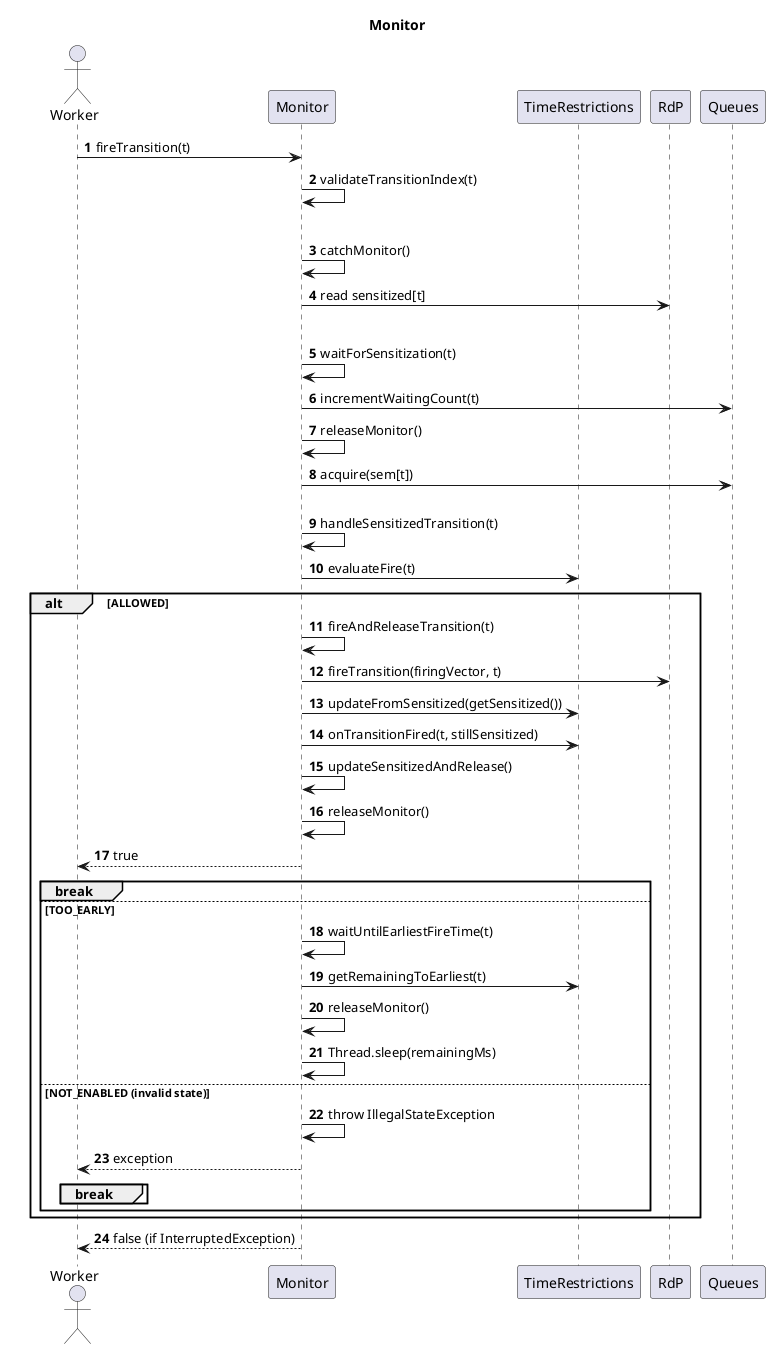
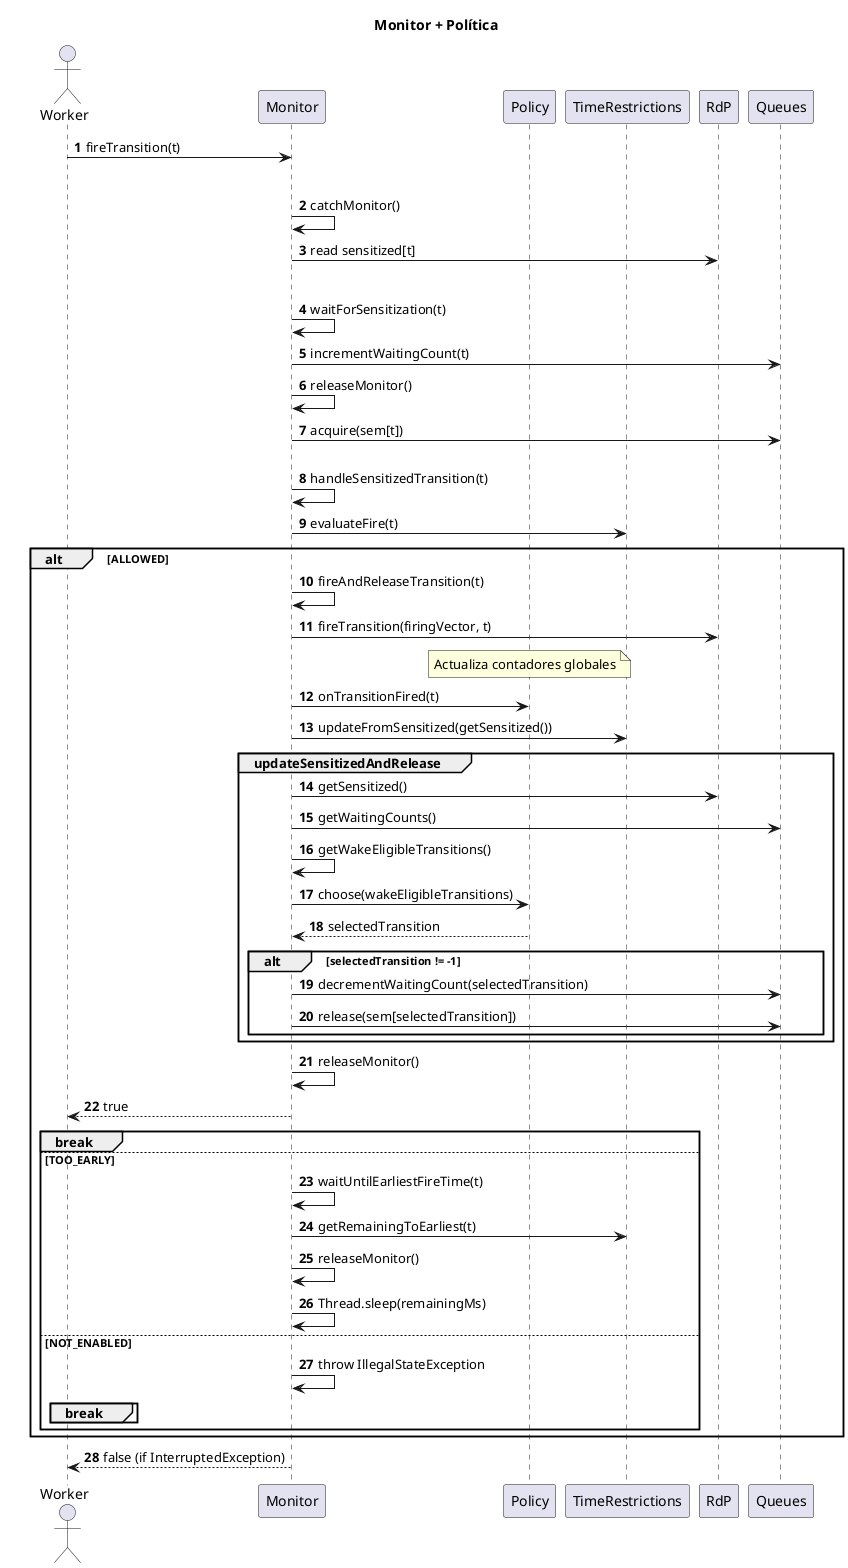
@startuml
- title Monitor
+ title Monitor + Política

autonumber

actor "Worker" as W
participant "Monitor" as M
+ participant "Policy" as Pol
participant "TimeRestrictions" as T
participant "RdP" as R
participant "Queues" as Q

W -> M : fireTransition(t)
- M -> M : validateTransitionIndex(t)

loop until fired or interrupted
  M -> M : catchMonitor()
  M -> R : read sensitized[t]

  alt not sensitized
    M -> M : waitForSensitization(t)
    M -> Q : incrementWaitingCount(t)
    M -> M : releaseMonitor()
    M -> Q : acquire(sem[t])

  else sensitized
    M -> M : handleSensitizedTransition(t)
    M -> T : evaluateFire(t)

    alt ALLOWED
      M -> M : fireAndReleaseTransition(t)
      M -> R : fireTransition(firingVector, t)
+ 
+       note over Pol: Actualiza contadores globales
+       M -> Pol : onTransitionFired(t)
+ 
      M -> T : updateFromSensitized(getSensitized())
-       M -> T : onTransitionFired(t, stillSensitized)
-       M -> M : updateSensitizedAndRelease()
+ 
+       group updateSensitizedAndRelease
+         M -> R : getSensitized()
+         M -> Q : getWaitingCounts()
+         M -> M : getWakeEligibleTransitions()
+ 
+         M -> Pol : choose(wakeEligibleTransitions)
+         Pol --> M : selectedTransition
+ 
+         alt selectedTransition != -1
+             M -> Q : decrementWaitingCount(selectedTransition)
+             M -> Q : release(sem[selectedTransition])
+         end
+       end
+ 
      M -> M : releaseMonitor()
      M --> W : true
      break

    else TOO_EARLY
      M -> M : waitUntilEarliestFireTime(t)
      M -> T : getRemainingToEarliest(t)
      M -> M : releaseMonitor()
      M -> M : Thread.sleep(remainingMs)

-     else NOT_ENABLED (invalid state)
+     else NOT_ENABLED
      M -> M : throw IllegalStateException
-       M --> W : exception
      break
    end
  end
end

M --> W : false (if InterruptedException)

@enduml
